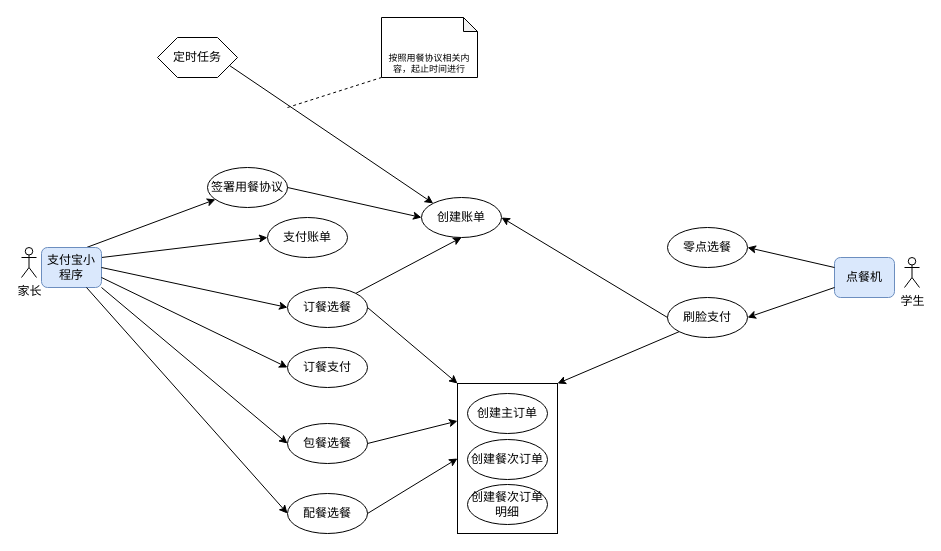
The draw.io diagram page "用例" (4 of 4) of 聚利合.drawio in shixw/drawio-depository, before the edit. Source tidied: cells renumbered, new cells numbered last; positions are measured from the earlier drawing's top-left corner, leaving out a move shared by most shapes. Both pictures are drawn from the tidied source at 100%, with x=0, y=0 at pixel (21, 17).
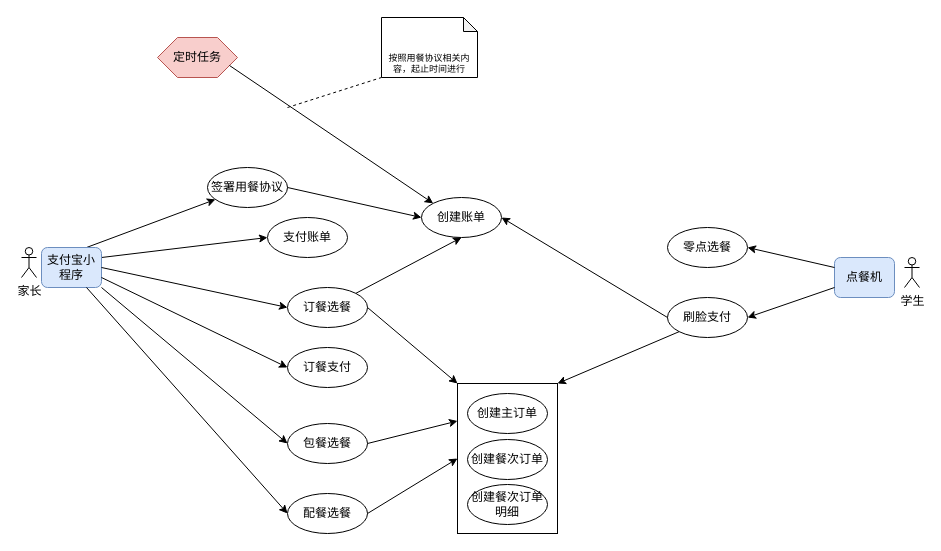
The same page after the edit.

Commit message:
更新聚利合.drawio

Change to the diagram source:
```diff
@@
-    <mxCell id="3" value="定时任务" style="shape=hexagon;perimeter=hexagonPerimeter2;whiteSpace=wrap;html=1;fixedSize=1;" parent="1" vertex="1">
+    <mxCell id="3" value="定时任务" style="shape=hexagon;perimeter=hexagonPerimeter2;whiteSpace=wrap;html=1;fixedSize=1;fillColor=#f8cecc;strokeColor=#b85450;" parent="1" vertex="1">
       <mxGeometry x="136" y="20" width="80" height="40" as="geometry" />
     </mxCell>
```
